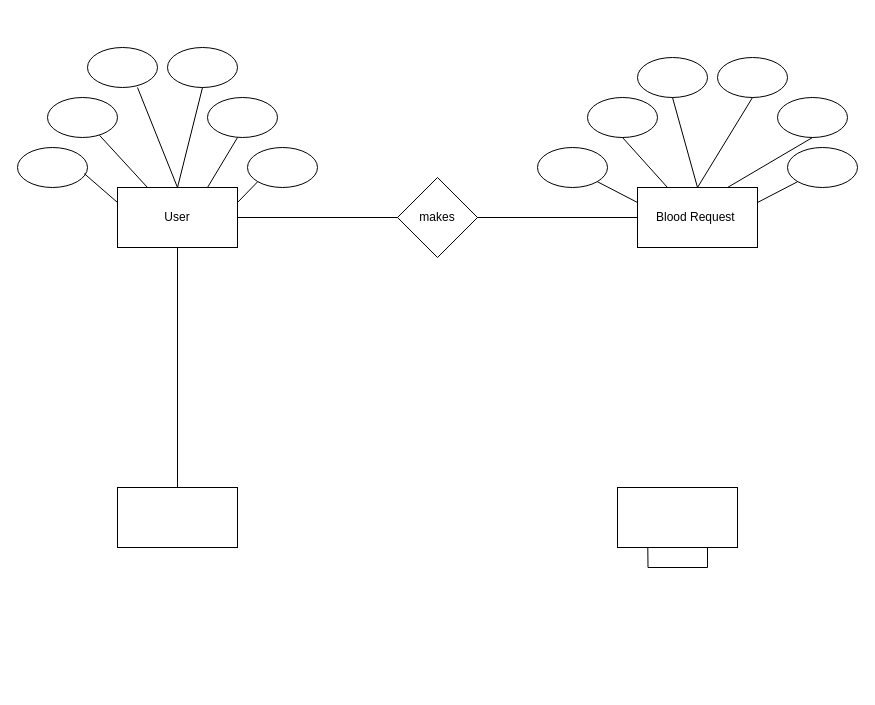
Earlier version of the draw.io diagram Untitled Diagram.drawio (Darshna27/OOPJ---labpgms). Source tidied: cells renumbered, new cells numbered last; positions are measured from the earlier drawing's top-left corner, leaving out a move shared by most shapes. Both pictures are drawn from the tidied source at 100%, with x=0, y=0 at pixel (17, 47).
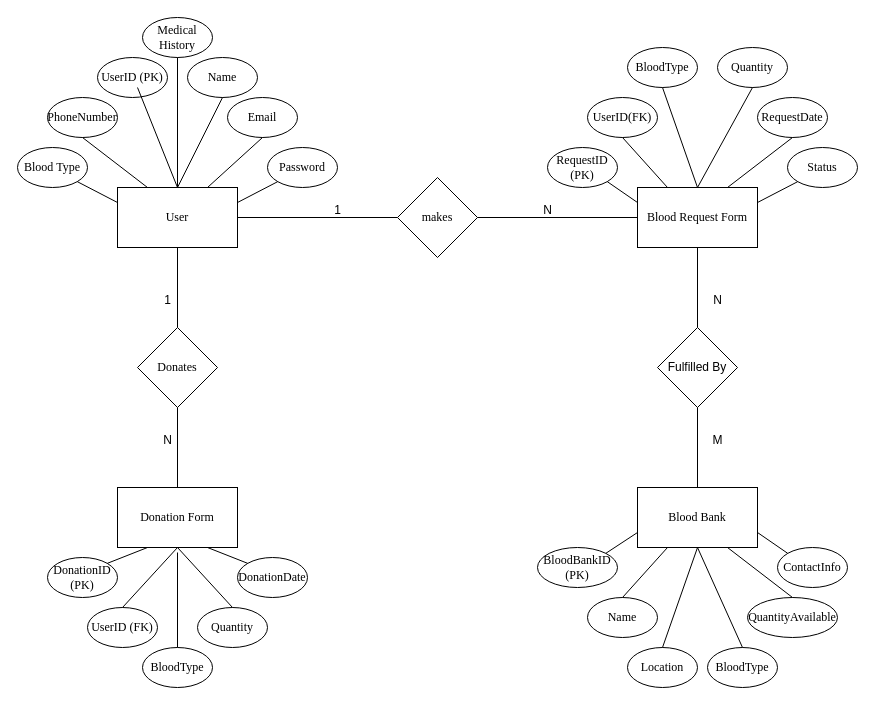
The same page after the edit.

Change to the diagram source:
```diff
@@
-    <mxCell id="2" style="edgeStyle=orthogonalEdgeStyle;rounded=0;jettySize=auto;html=1;exitX=0.75;exitY=1;exitDx=0;exitDy=0;" parent="1" edge="1" source="3">
-      <mxGeometry relative="1" as="geometry">
-        <mxPoint x="630" y="469.9" as="targetPoint" />
-      </mxGeometry>
-    </mxCell>
-    <mxCell id="3" style="rounded=0;whiteSpace=wrap;html=1;" parent="1" vertex="1">
-      <mxGeometry x="600" y="440" width="120" height="60" as="geometry" />
+    <mxCell id="3" value="&lt;font face=&quot;Times New Roman&quot;&gt;Blood Bank&lt;/font&gt;" style="rounded=0;whiteSpace=wrap;html=1;" parent="1" vertex="1">
+      <mxGeometry x="620" y="440" width="120" height="60" as="geometry" />
     </mxCell>
-    <mxCell id="4" value="Blood Request&amp;nbsp;" style="rounded=0;whiteSpace=wrap;html=1;" parent="1" vertex="1">
+    <mxCell id="4" value="&lt;font face=&quot;Times New Roman&quot;&gt;Blood Request Form&lt;/font&gt;" style="rounded=0;whiteSpace=wrap;html=1;" parent="1" vertex="1">
       <mxGeometry x="620" y="140" width="120" height="60" as="geometry" />
     </mxCell>
-    <mxCell id="5" value="User" style="rounded=0;whiteSpace=wrap;html=1;" parent="1" vertex="1">
+    <mxCell id="5" value="&lt;font face=&quot;Times New Roman&quot;&gt;User&lt;/font&gt;" style="rounded=0;whiteSpace=wrap;html=1;" parent="1" vertex="1">
       <mxGeometry x="100" y="140" width="120" height="60" as="geometry" />
     </mxCell>
-    <mxCell id="6" style="rounded=0;whiteSpace=wrap;html=1;" parent="1" vertex="1">
+    <mxCell id="6" value="&lt;font face=&quot;Times New Roman&quot;&gt;Donation Form&lt;/font&gt;" style="rounded=0;whiteSpace=wrap;html=1;" parent="1" vertex="1">
       <mxGeometry x="100" y="440" width="120" height="60" as="geometry" />
     </mxCell>
-    <mxCell id="7" value="makes" style="rhombus;whiteSpace=wrap;html=1;" parent="1" vertex="1">
+    <mxCell id="7" value="&lt;font face=&quot;Times New Roman&quot;&gt;makes&lt;/font&gt;" style="rhombus;whiteSpace=wrap;html=1;" parent="1" vertex="1">
       <mxGeometry x="380" y="130" width="80" height="80" as="geometry" />
     </mxCell>
@@
-    <mxCell id="10" style="endArrow=none;html=1;rounded=0;exitX=0.5;exitY=0;exitDx=0;exitDy=0;entryX=0.5;entryY=1;entryDx=0;entryDy=0;" parent="1" edge="1" source="6" target="5">
-      <mxGeometry relative="1" as="geometry" />
-    </mxCell>
-    <mxCell id="11" style="ellipse;whiteSpace=wrap;html=1;" parent="1" vertex="1">
-      <mxGeometry x="70" width="70" height="40" as="geometry" />
+    <mxCell id="11" value="&lt;font face=&quot;Times New Roman&quot;&gt;UserID (PK)&lt;/font&gt;" style="ellipse;whiteSpace=wrap;html=1;" parent="1" vertex="1">
+      <mxGeometry x="80" y="10" width="70" height="40" as="geometry" />
     </mxCell>
-    <mxCell id="12" style="ellipse;whiteSpace=wrap;html=1;" parent="1" vertex="1">
-      <mxGeometry x="150" width="70" height="40" as="geometry" />
+    <mxCell id="12" value="&lt;font face=&quot;Times New Roman&quot;&gt;Name&lt;/font&gt;" style="ellipse;whiteSpace=wrap;html=1;" parent="1" vertex="1">
+      <mxGeometry x="170" y="10" width="70" height="40" as="geometry" />
     </mxCell>
-    <mxCell id="13" style="ellipse;whiteSpace=wrap;html=1;" parent="1" vertex="1">
-      <mxGeometry x="190" y="50" width="70" height="40" as="geometry" />
+    <mxCell id="13" value="&lt;font face=&quot;Times New Roman&quot;&gt;Email&lt;/font&gt;" style="ellipse;whiteSpace=wrap;html=1;" parent="1" vertex="1">
+      <mxGeometry x="210" y="50" width="70" height="40" as="geometry" />
     </mxCell>
-    <mxCell id="14" style="ellipse;whiteSpace=wrap;html=1;" parent="1" vertex="1">
-      <mxGeometry x="230" y="100" width="70" height="40" as="geometry" />
+    <mxCell id="14" value="&lt;font face=&quot;Times New Roman&quot;&gt;Password&lt;/font&gt;" style="ellipse;whiteSpace=wrap;html=1;" parent="1" vertex="1">
+      <mxGeometry x="250" y="100" width="70" height="40" as="geometry" />
     </mxCell>
-    <mxCell id="15" style="ellipse;whiteSpace=wrap;html=1;" parent="1" vertex="1">
+    <mxCell id="15" value="&lt;font face=&quot;Times New Roman&quot;&gt;PhoneNumber&lt;/font&gt;" style="ellipse;whiteSpace=wrap;html=1;" parent="1" vertex="1">
       <mxGeometry x="30" y="50" width="70" height="40" as="geometry" />
     </mxCell>
-    <mxCell id="16" style="ellipse;whiteSpace=wrap;html=1;" parent="1" vertex="1">
+    <mxCell id="16" value="&lt;font face=&quot;Times New Roman&quot;&gt;Blood Type&lt;/font&gt;" style="ellipse;whiteSpace=wrap;html=1;" parent="1" vertex="1">
       <mxGeometry y="100" width="70" height="40" as="geometry" />
     </mxCell>
-    <mxCell id="17" style="ellipse;whiteSpace=wrap;html=1;" parent="1" vertex="1">
-      <mxGeometry x="520" y="100" width="70" height="40" as="geometry" />
+    <mxCell id="17" value="&lt;font face=&quot;Times New Roman&quot;&gt;RequestID (PK)&lt;/font&gt;" style="ellipse;whiteSpace=wrap;html=1;" parent="1" vertex="1">
+      <mxGeometry x="530" y="100" width="70" height="40" as="geometry" />
     </mxCell>
-    <mxCell id="18" style="ellipse;whiteSpace=wrap;html=1;" parent="1" vertex="1">
+    <mxCell id="18" value="&lt;font face=&quot;Times New Roman&quot;&gt;UserID(FK)&lt;/font&gt;" style="ellipse;whiteSpace=wrap;html=1;" parent="1" vertex="1">
       <mxGeometry x="570" y="50" width="70" height="40" as="geometry" />
     </mxCell>
-    <mxCell id="19" style="ellipse;whiteSpace=wrap;html=1;" parent="1" vertex="1">
-      <mxGeometry x="620" y="10" width="70" height="40" as="geometry" />
+    <mxCell id="19" value="&lt;font face=&quot;Times New Roman&quot;&gt;BloodType&lt;/font&gt;" style="ellipse;whiteSpace=wrap;html=1;" parent="1" vertex="1">
+      <mxGeometry x="610" width="70" height="40" as="geometry" />
     </mxCell>
-    <mxCell id="20" style="ellipse;whiteSpace=wrap;html=1;" parent="1" vertex="1">
-      <mxGeometry x="760" y="50" width="70" height="40" as="geometry" />
+    <mxCell id="20" value="&lt;font face=&quot;Times New Roman&quot;&gt;RequestDate&lt;/font&gt;" style="ellipse;whiteSpace=wrap;html=1;" parent="1" vertex="1">
+      <mxGeometry x="740" y="50" width="70" height="40" as="geometry" />
     </mxCell>
-    <mxCell id="21" style="ellipse;whiteSpace=wrap;html=1;" parent="1" vertex="1">
-      <mxGeometry x="700" y="10" width="70" height="40" as="geometry" />
+    <mxCell id="21" value="&lt;font face=&quot;Times New Roman&quot;&gt;Quantity&lt;/font&gt;" style="ellipse;whiteSpace=wrap;html=1;" parent="1" vertex="1">
+      <mxGeometry x="700" width="70" height="40" as="geometry" />
     </mxCell>
-    <mxCell id="22" style="ellipse;whiteSpace=wrap;html=1;" parent="1" vertex="1">
+    <mxCell id="22" value="&lt;font face=&quot;Times New Roman&quot;&gt;Status&lt;/font&gt;" style="ellipse;whiteSpace=wrap;html=1;" parent="1" vertex="1">
       <mxGeometry x="770" y="100" width="70" height="40" as="geometry" />
     </mxCell>
@@
-    <mxCell id="28" style="endArrow=none;html=1;rounded=0;entryX=0;entryY=0.25;entryDx=0;entryDy=0;exitX=0.954;exitY=0.653;exitDx=0;exitDy=0;exitPerimeter=0;" parent="1" edge="1" source="16" target="5">
+    <mxCell id="28" style="endArrow=none;html=1;rounded=0;entryX=0;entryY=0.25;entryDx=0;entryDy=0;exitX=1;exitY=1;exitDx=0;exitDy=0;" parent="1" edge="1" source="16" target="5">
       <mxGeometry relative="1" as="geometry" />
     </mxCell>
-    <mxCell id="29" style="endArrow=none;html=1;rounded=0;exitX=0.743;exitY=0.946;exitDx=0;exitDy=0;exitPerimeter=0;" parent="1" edge="1" source="15">
+    <mxCell id="29" style="endArrow=none;html=1;rounded=0;exitX=0.5;exitY=1;exitDx=0;exitDy=0;" parent="1" edge="1" source="15">
       <mxGeometry relative="1" as="geometry">
         <mxPoint x="130" y="140" as="targetPoint" />
       </mxGeometry>
     </mxCell>
@@
-    <mxCell id="31" style="endArrow=none;html=1;rounded=0;exitX=0.5;exitY=0;exitDx=0;exitDy=0;" parent="1" edge="1" source="5">
-      <mxGeometry relative="1" as="geometry">
-        <mxPoint x="185" y="40" as="targetPoint" />
-      </mxGeometry>
+    <mxCell id="31" style="endArrow=none;html=1;rounded=0;exitX=0.5;exitY=0;exitDx=0;exitDy=0;entryX=0.5;entryY=1;entryDx=0;entryDy=0;" parent="1" edge="1" source="5" target="12">
+      <mxGeometry relative="1" as="geometry" />
     </mxCell>
-    <mxCell id="32" style="endArrow=none;html=1;rounded=0;exitX=0.75;exitY=0;exitDx=0;exitDy=0;" parent="1" edge="1" source="5">
-      <mxGeometry relative="1" as="geometry">
-        <mxPoint x="220" y="90" as="targetPoint" />
-      </mxGeometry>
+    <mxCell id="32" style="endArrow=none;html=1;rounded=0;exitX=0.75;exitY=0;exitDx=0;exitDy=0;entryX=0.5;entryY=1;entryDx=0;entryDy=0;" parent="1" edge="1" source="5" target="13">
+      <mxGeometry relative="1" as="geometry" />
     </mxCell>
@@
+    <mxCell id="35" value="1" style="text;html=1;align=center;verticalAlign=middle;strokeColor=none;fillColor=none;" parent="1" vertex="1">
+      <mxGeometry x="305" y="148" width="30" height="30" as="geometry" />
+    </mxCell>
+    <mxCell id="36" value="&lt;font face=&quot;Times New Roman&quot;&gt;Donates&lt;/font&gt;" style="rhombus;whiteSpace=wrap;html=1;" parent="1" vertex="1">
+      <mxGeometry x="120" y="280" width="80" height="80" as="geometry" />
+    </mxCell>
+    <mxCell id="37" value="Fulfilled By" style="rhombus;whiteSpace=wrap;html=1;" parent="1" vertex="1">
+      <mxGeometry x="640" y="280" width="80" height="80" as="geometry" />
+    </mxCell>
+    <mxCell id="38" value="&lt;font face=&quot;Times New Roman&quot;&gt;BloodType&lt;br&gt;&lt;/font&gt;" style="ellipse;whiteSpace=wrap;html=1;" parent="1" vertex="1">
+      <mxGeometry x="125" y="600" width="70" height="40" as="geometry" />
+    </mxCell>
+    <mxCell id="39" value="&lt;font face=&quot;Times New Roman&quot;&gt;UserID (FK)&lt;/font&gt;" style="ellipse;whiteSpace=wrap;html=1;" parent="1" vertex="1">
+      <mxGeometry x="70" y="560" width="70" height="40" as="geometry" />
+    </mxCell>
+    <mxCell id="40" value="&lt;font face=&quot;Times New Roman&quot;&gt;Quantity&lt;/font&gt;" style="ellipse;whiteSpace=wrap;html=1;" parent="1" vertex="1">
+      <mxGeometry x="180" y="560" width="70" height="40" as="geometry" />
+    </mxCell>
+    <mxCell id="41" value="&lt;font face=&quot;Times New Roman&quot;&gt;DonationID (PK)&lt;/font&gt;" style="ellipse;whiteSpace=wrap;html=1;" parent="1" vertex="1">
+      <mxGeometry x="30" y="510" width="70" height="40" as="geometry" />
+    </mxCell>
+    <mxCell id="42" value="&lt;font face=&quot;Times New Roman&quot;&gt;DonationDate&lt;br&gt;&lt;/font&gt;" style="ellipse;whiteSpace=wrap;html=1;" parent="1" vertex="1">
+      <mxGeometry x="220" y="510" width="70" height="40" as="geometry" />
+    </mxCell>
+    <mxCell id="43" value="&lt;font face=&quot;Times New Roman&quot;&gt;BloodType&lt;br&gt;&lt;/font&gt;" style="ellipse;whiteSpace=wrap;html=1;" parent="1" vertex="1">
+      <mxGeometry x="690" y="600" width="70" height="40" as="geometry" />
+    </mxCell>
+    <mxCell id="44" value="&lt;font face=&quot;Times New Roman&quot;&gt;ContactInfo&lt;br&gt;&lt;/font&gt;" style="ellipse;whiteSpace=wrap;html=1;" parent="1" vertex="1">
+      <mxGeometry x="760" y="500" width="70" height="40" as="geometry" />
+    </mxCell>
+    <mxCell id="45" value="&lt;font face=&quot;Times New Roman&quot;&gt;QuantityAvailable&lt;br&gt;&lt;/font&gt;" style="ellipse;whiteSpace=wrap;html=1;" parent="1" vertex="1">
+      <mxGeometry x="730" y="550" width="90" height="40" as="geometry" />
+    </mxCell>
+    <mxCell id="46" value="&lt;font face=&quot;Times New Roman&quot;&gt;Location&lt;/font&gt;" style="ellipse;whiteSpace=wrap;html=1;" parent="1" vertex="1">
+      <mxGeometry x="610" y="600" width="70" height="40" as="geometry" />
+    </mxCell>
+    <mxCell id="47" value="&lt;div&gt;&lt;br&gt;&lt;/div&gt;&lt;font face=&quot;Times New Roman&quot;&gt;Name&lt;/font&gt;&lt;div&gt;&lt;br&gt;&lt;/div&gt;" style="ellipse;whiteSpace=wrap;html=1;" parent="1" vertex="1">
+      <mxGeometry x="570" y="550" width="70" height="40" as="geometry" />
+    </mxCell>
+    <mxCell id="48" value="&lt;font face=&quot;Times New Roman&quot;&gt;BloodBankID (PK)&lt;/font&gt;" style="ellipse;whiteSpace=wrap;html=1;" parent="1" vertex="1">
+      <mxGeometry x="520" y="500" width="80" height="40" as="geometry" />
+    </mxCell>
+    <mxCell id="49" value="N" style="text;html=1;align=center;verticalAlign=middle;strokeColor=none;fillColor=none;" parent="1" vertex="1">
+      <mxGeometry x="515" y="148" width="30" height="30" as="geometry" />
+    </mxCell>
+    <mxCell id="50" style="endArrow=none;html=1;rounded=0;entryX=0.5;entryY=1;entryDx=0;entryDy=0;exitX=0.5;exitY=0;exitDx=0;exitDy=0;" parent="1" edge="1" source="36" target="5">
+      <mxGeometry relative="1" as="geometry" />
+    </mxCell>
+    <mxCell id="51" style="endArrow=none;html=1;rounded=0;entryX=0.5;entryY=1;entryDx=0;entryDy=0;exitX=0.5;exitY=0;exitDx=0;exitDy=0;" parent="1" edge="1" source="6" target="36">
+      <mxGeometry relative="1" as="geometry" />
+    </mxCell>
+    <mxCell id="52" style="endArrow=none;html=1;rounded=0;entryX=0.5;entryY=1;entryDx=0;entryDy=0;exitX=0.5;exitY=0;exitDx=0;exitDy=0;" parent="1" edge="1" source="37" target="4">
+      <mxGeometry relative="1" as="geometry" />
+    </mxCell>
+    <mxCell id="53" style="endArrow=none;html=1;rounded=0;entryX=0.5;entryY=1;entryDx=0;entryDy=0;exitX=0.5;exitY=0;exitDx=0;exitDy=0;" parent="1" edge="1" source="3" target="37">
+      <mxGeometry relative="1" as="geometry" />
+    </mxCell>
+    <mxCell id="54" style="endArrow=none;html=1;rounded=0;entryX=0.25;entryY=1;entryDx=0;entryDy=0;exitX=1;exitY=0;exitDx=0;exitDy=0;" parent="1" edge="1" source="41" target="6">
+      <mxGeometry relative="1" as="geometry" />
+    </mxCell>
+    <mxCell id="55" style="endArrow=none;html=1;rounded=0;entryX=0.5;entryY=1;entryDx=0;entryDy=0;exitX=0.5;exitY=0;exitDx=0;exitDy=0;" parent="1" edge="1" source="39" target="6">
+      <mxGeometry relative="1" as="geometry" />
+    </mxCell>
+    <mxCell id="56" style="endArrow=none;html=1;rounded=0;exitX=0.5;exitY=0;exitDx=0;exitDy=0;" parent="1" edge="1" source="38">
+      <mxGeometry relative="1" as="geometry">
+        <mxPoint x="160" y="505" as="targetPoint" />
+      </mxGeometry>
+    </mxCell>
+    <mxCell id="57" style="endArrow=none;html=1;rounded=0;entryX=0.5;entryY=1;entryDx=0;entryDy=0;exitX=0.5;exitY=0;exitDx=0;exitDy=0;" parent="1" edge="1" source="40" target="6">
+      <mxGeometry relative="1" as="geometry" />
+    </mxCell>
+    <mxCell id="58" style="endArrow=none;html=1;rounded=0;entryX=0.75;entryY=1;entryDx=0;entryDy=0;exitX=0;exitY=0;exitDx=0;exitDy=0;" parent="1" edge="1" source="42" target="6">
+      <mxGeometry relative="1" as="geometry" />
+    </mxCell>
+    <mxCell id="59" style="endArrow=none;html=1;rounded=0;entryX=0.5;entryY=1;entryDx=0;entryDy=0;exitX=0.5;exitY=0;exitDx=0;exitDy=0;" parent="1" edge="1" source="46" target="3">
+      <mxGeometry relative="1" as="geometry" />
+    </mxCell>
+    <mxCell id="60" style="endArrow=none;html=1;rounded=0;exitX=0.5;exitY=0;exitDx=0;exitDy=0;entryX=0.5;entryY=1;entryDx=0;entryDy=0;" parent="1" edge="1" source="43" target="3">
+      <mxGeometry relative="1" as="geometry" />
+    </mxCell>
+    <mxCell id="61" style="endArrow=none;html=1;rounded=0;entryX=0.75;entryY=1;entryDx=0;entryDy=0;exitX=0.5;exitY=0;exitDx=0;exitDy=0;" parent="1" edge="1" source="45" target="3">
+      <mxGeometry relative="1" as="geometry" />
+    </mxCell>
+    <mxCell id="62" style="endArrow=none;html=1;rounded=0;entryX=0.25;entryY=1;entryDx=0;entryDy=0;exitX=0.5;exitY=0;exitDx=0;exitDy=0;" parent="1" edge="1" source="47" target="3">
+      <mxGeometry relative="1" as="geometry" />
+    </mxCell>
+    <mxCell id="63" style="endArrow=none;html=1;rounded=0;entryX=0;entryY=0.75;entryDx=0;entryDy=0;exitX=1;exitY=0;exitDx=0;exitDy=0;" parent="1" edge="1" source="48" target="3">
+      <mxGeometry relative="1" as="geometry" />
+    </mxCell>
+    <mxCell id="64" style="endArrow=none;html=1;rounded=0;exitX=0;exitY=0;exitDx=0;exitDy=0;entryX=1;entryY=0.75;entryDx=0;entryDy=0;" parent="1" edge="1" source="44" target="3">
+      <mxGeometry relative="1" as="geometry" />
+    </mxCell>
+    <mxCell id="65" value="&lt;font face=&quot;Times New Roman&quot;&gt;Medical History&lt;/font&gt;" style="ellipse;whiteSpace=wrap;html=1;" parent="1" vertex="1">
+      <mxGeometry x="125" y="-30" width="70" height="40" as="geometry" />
+    </mxCell>
+    <mxCell id="66" style="endArrow=none;html=1;rounded=0;entryX=0.5;entryY=1;entryDx=0;entryDy=0;" parent="1" edge="1" target="65">
+      <mxGeometry relative="1" as="geometry">
+        <mxPoint x="160" y="140" as="sourcePoint" />
+      </mxGeometry>
+    </mxCell>
+    <mxCell id="67" value="1" style="text;html=1;align=center;verticalAlign=middle;strokeColor=none;fillColor=none;" parent="1" vertex="1">
+      <mxGeometry x="135" y="238" width="30" height="30" as="geometry" />
+    </mxCell>
+    <mxCell id="68" value="N" style="text;html=1;align=center;verticalAlign=middle;strokeColor=none;fillColor=none;" parent="1" vertex="1">
+      <mxGeometry x="135" y="378" width="30" height="30" as="geometry" />
+    </mxCell>
+    <mxCell id="69" value="N" style="text;html=1;align=center;verticalAlign=middle;strokeColor=none;fillColor=none;" parent="1" vertex="1">
+      <mxGeometry x="685" y="238" width="30" height="30" as="geometry" />
+    </mxCell>
+    <mxCell id="70" value="M" style="text;html=1;align=center;verticalAlign=middle;strokeColor=none;fillColor=none;" parent="1" vertex="1">
+      <mxGeometry x="685" y="378" width="30" height="30" as="geometry" />
+    </mxCell>
```
